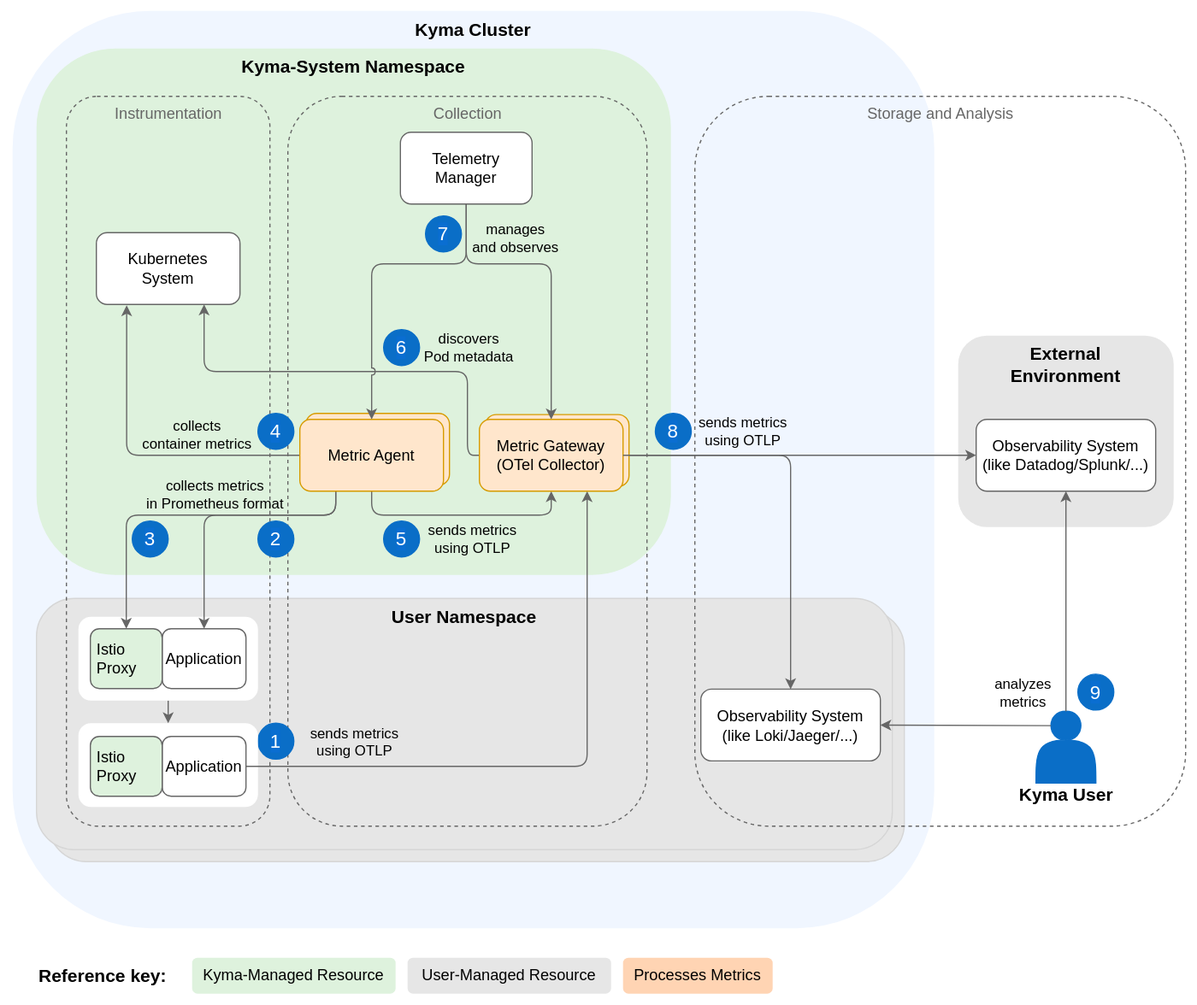
Above: docs/user/assets/metrics-arch.drawio.svg in kyma-project/telemetry-manager (draw.io), before the change. Source tidied: cells renumbered, new cells last; positions are measured from the earlier drawing's top-left corner, leaving out a move shared by most shapes.
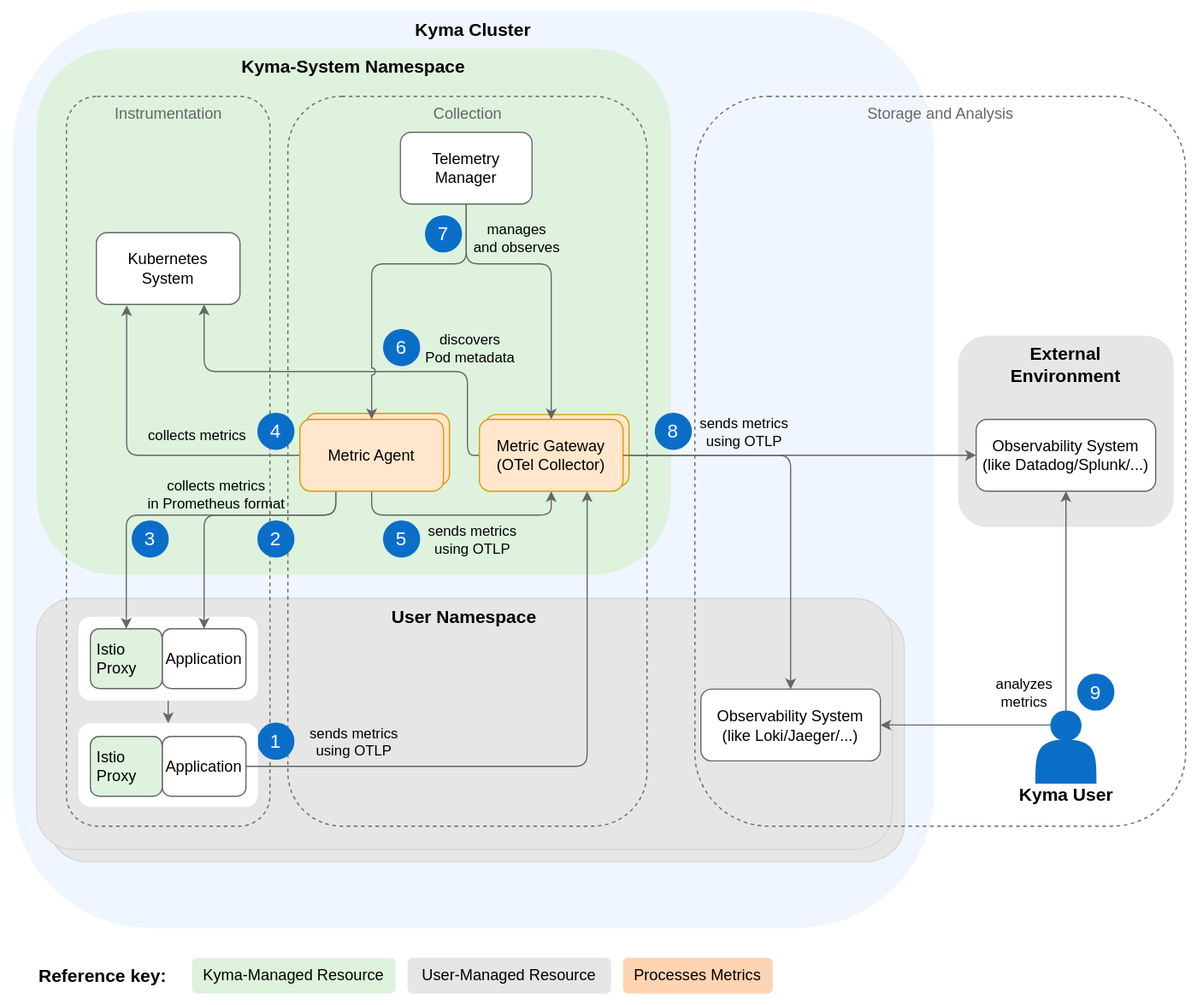
After the change.

What changed in the source:
```diff
@@ -146,7 +146,7 @@
         <mxPoint x="-3" y="-84" as="offset" />
       </mxGeometry>
     </mxCell>
-    <mxCell id="40" value="collects &lt;br&gt;container&amp;nbsp;metrics" style="edgeLabel;html=1;align=center;verticalAlign=middle;labelBackgroundColor=none;fontSize=12;" parent="38" vertex="1">
+    <mxCell id="40" value="collects metrics" style="edgeLabel;html=1;align=center;verticalAlign=middle;labelBackgroundColor=none;fontSize=12;" parent="38" vertex="1">
       <mxGeometry x="-0.08" y="-3" relative="1" as="geometry">
         <mxPoint x="37" y="-14" as="offset" />
       </mxGeometry>
```
